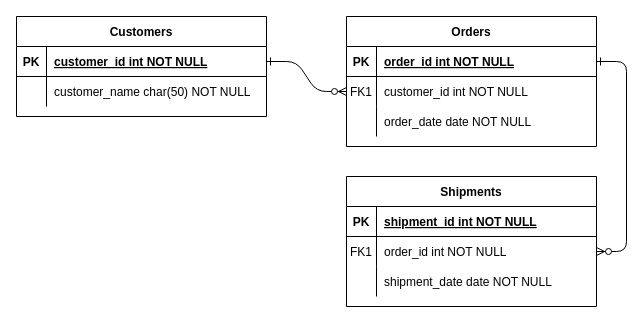
Earlier version of the draw.io diagram cringebro-erd.drawio (cweiqi27/cringebro-backend). Source tidied: cells renumbered, new cells numbered last; positions are measured from the earlier drawing's top-left corner, leaving out a move shared by most shapes. Both pictures are drawn from the tidied source at 100%, with x=0, y=0 at pixel (16, 16).
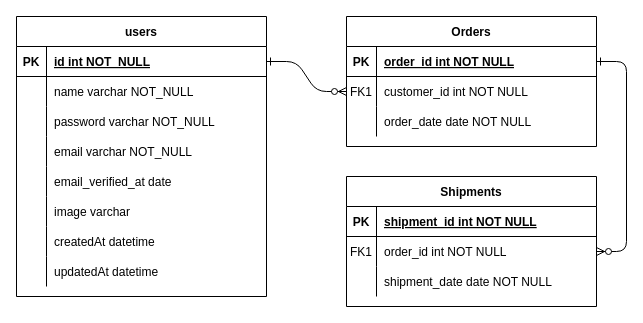
The same page after the edit.

Unchanged cells that the change refers to:
```xml
<mxCell id="25" style="shape=partialRectangle;fillColor=none;points=[[0,0.5],[1,0.5]];portConstraint=eastwest;top=0;left=0;right=0;bottom=1;" parent="24" vertex="1">
  <mxGeometry y="30" width="250" height="30" as="geometry" />
</mxCell>
<mxCell id="28" style="shape=partialRectangle;fillColor=none;top=0;left=0;right=0;bottom=0;" parent="24" vertex="1">
  <mxGeometry y="60" width="250" height="30" as="geometry" />
</mxCell>
```

Diff of the diagram source:
```diff
@@
-    <mxCell id="24" value="Customers" style="shape=table;startSize=30;childLayout=tableLayout;rowLines=0;fontStyle=1;align=center;" parent="1" vertex="1">
-      <mxGeometry width="250" height="100" as="geometry" />
+    <mxCell id="24" value="users" style="shape=table;startSize=30;childLayout=tableLayout;rowLines=0;fontStyle=1;align=center;" parent="1" vertex="1">
+      <mxGeometry width="250" height="280" as="geometry" />
     </mxCell>
@@
-    <mxCell id="27" value="customer_id int NOT NULL " style="shape=partialRectangle;overflow=hidden;fillColor=none;top=0;left=0;bottom=0;right=0;align=left;spacingLeft=6;fontStyle=5;" parent="25" vertex="1">
+    <mxCell id="27" value="id int NOT_NULL" style="shape=partialRectangle;overflow=hidden;fillColor=none;top=0;left=0;bottom=0;right=0;align=left;spacingLeft=6;fontStyle=5;" parent="25" vertex="1">
       <mxGeometry x="30" width="220" height="30" as="geometry" />
     </mxCell>
@@
-    <mxCell id="30" value="customer_name char(50) NOT NULL" style="shape=partialRectangle;overflow=hidden;fillColor=none;top=0;left=0;bottom=0;right=0;align=left;spacingLeft=6;" parent="28" vertex="1">
+    <mxCell id="30" value="name varchar NOT_NULL" style="shape=partialRectangle;overflow=hidden;fillColor=none;top=0;left=0;bottom=0;right=0;align=left;spacingLeft=6;" parent="28" vertex="1">
       <mxGeometry x="30" width="220" height="30" as="geometry" />
     </mxCell>
+    <mxCell id="31" style="shape=tableRow;horizontal=0;startSize=0;swimlaneHead=0;swimlaneBody=0;fillColor=none;top=0;left=0;right=0;bottom=0;" parent="24" vertex="1">
+      <mxGeometry y="90" width="250" height="30" as="geometry" />
+    </mxCell>
+    <mxCell id="32" style="shape=partialRectangle;fillColor=none;top=0;left=0;bottom=0;right=0;overflow=hidden;" parent="31" vertex="1">
+      <mxGeometry width="30" height="30" as="geometry" />
+    </mxCell>
+    <mxCell id="33" value="password varchar NOT_NULL" style="shape=partialRectangle;fillColor=none;top=0;left=0;bottom=0;right=0;align=left;spacingLeft=6;overflow=hidden;" parent="31" vertex="1">
+      <mxGeometry x="30" width="220" height="30" as="geometry" />
+    </mxCell>
+    <mxCell id="34" style="shape=tableRow;horizontal=0;startSize=0;swimlaneHead=0;swimlaneBody=0;fillColor=none;top=0;left=0;right=0;bottom=0;" parent="24" vertex="1">
+      <mxGeometry y="120" width="250" height="30" as="geometry" />
+    </mxCell>
+    <mxCell id="35" style="shape=partialRectangle;fillColor=none;top=0;left=0;bottom=0;right=0;overflow=hidden;" parent="34" vertex="1">
+      <mxGeometry width="30" height="30" as="geometry" />
+    </mxCell>
+    <mxCell id="36" value="email varchar NOT_NULL" style="shape=partialRectangle;fillColor=none;top=0;left=0;bottom=0;right=0;align=left;spacingLeft=6;overflow=hidden;" parent="34" vertex="1">
+      <mxGeometry x="30" width="220" height="30" as="geometry" />
+    </mxCell>
+    <mxCell id="37" style="shape=tableRow;horizontal=0;startSize=0;swimlaneHead=0;swimlaneBody=0;fillColor=none;top=0;left=0;right=0;bottom=0;" parent="24" vertex="1">
+      <mxGeometry y="150" width="250" height="30" as="geometry" />
+    </mxCell>
+    <mxCell id="38" style="shape=partialRectangle;fillColor=none;top=0;left=0;bottom=0;right=0;overflow=hidden;" parent="37" vertex="1">
+      <mxGeometry width="30" height="30" as="geometry" />
+    </mxCell>
+    <mxCell id="39" value="email_verified_at date" style="shape=partialRectangle;fillColor=none;top=0;left=0;bottom=0;right=0;align=left;spacingLeft=6;overflow=hidden;" parent="37" vertex="1">
+      <mxGeometry x="30" width="220" height="30" as="geometry" />
+    </mxCell>
+    <mxCell id="40" style="shape=tableRow;horizontal=0;startSize=0;swimlaneHead=0;swimlaneBody=0;fillColor=none;top=0;left=0;right=0;bottom=0;" parent="24" vertex="1">
+      <mxGeometry y="180" width="250" height="30" as="geometry" />
+    </mxCell>
+    <mxCell id="41" style="shape=partialRectangle;fillColor=none;top=0;left=0;bottom=0;right=0;overflow=hidden;" parent="40" vertex="1">
+      <mxGeometry width="30" height="30" as="geometry" />
+    </mxCell>
+    <mxCell id="42" value="image varchar " style="shape=partialRectangle;fillColor=none;top=0;left=0;bottom=0;right=0;align=left;spacingLeft=6;overflow=hidden;" parent="40" vertex="1">
+      <mxGeometry x="30" width="220" height="30" as="geometry" />
+    </mxCell>
+    <mxCell id="43" style="shape=tableRow;horizontal=0;startSize=0;swimlaneHead=0;swimlaneBody=0;fillColor=none;top=0;left=0;right=0;bottom=0;" parent="24" vertex="1">
+      <mxGeometry y="210" width="250" height="30" as="geometry" />
+    </mxCell>
+    <mxCell id="44" style="shape=partialRectangle;fillColor=none;top=0;left=0;bottom=0;right=0;overflow=hidden;" parent="43" vertex="1">
+      <mxGeometry width="30" height="30" as="geometry" />
+    </mxCell>
+    <mxCell id="45" value="createdAt datetime" style="shape=partialRectangle;fillColor=none;top=0;left=0;bottom=0;right=0;align=left;spacingLeft=6;overflow=hidden;" parent="43" vertex="1">
+      <mxGeometry x="30" width="220" height="30" as="geometry" />
+    </mxCell>
+    <mxCell id="46" style="shape=tableRow;horizontal=0;startSize=0;swimlaneHead=0;swimlaneBody=0;fillColor=none;top=0;left=0;right=0;bottom=0;" parent="24" vertex="1">
+      <mxGeometry y="240" width="250" height="30" as="geometry" />
+    </mxCell>
+    <mxCell id="47" style="shape=partialRectangle;fillColor=none;top=0;left=0;bottom=0;right=0;overflow=hidden;" parent="46" vertex="1">
+      <mxGeometry width="30" height="30" as="geometry" />
+    </mxCell>
+    <mxCell id="48" value="updatedAt datetime" style="shape=partialRectangle;fillColor=none;top=0;left=0;bottom=0;right=0;align=left;spacingLeft=6;overflow=hidden;" parent="46" vertex="1">
+      <mxGeometry x="30" width="220" height="30" as="geometry" />
+    </mxCell>
```
